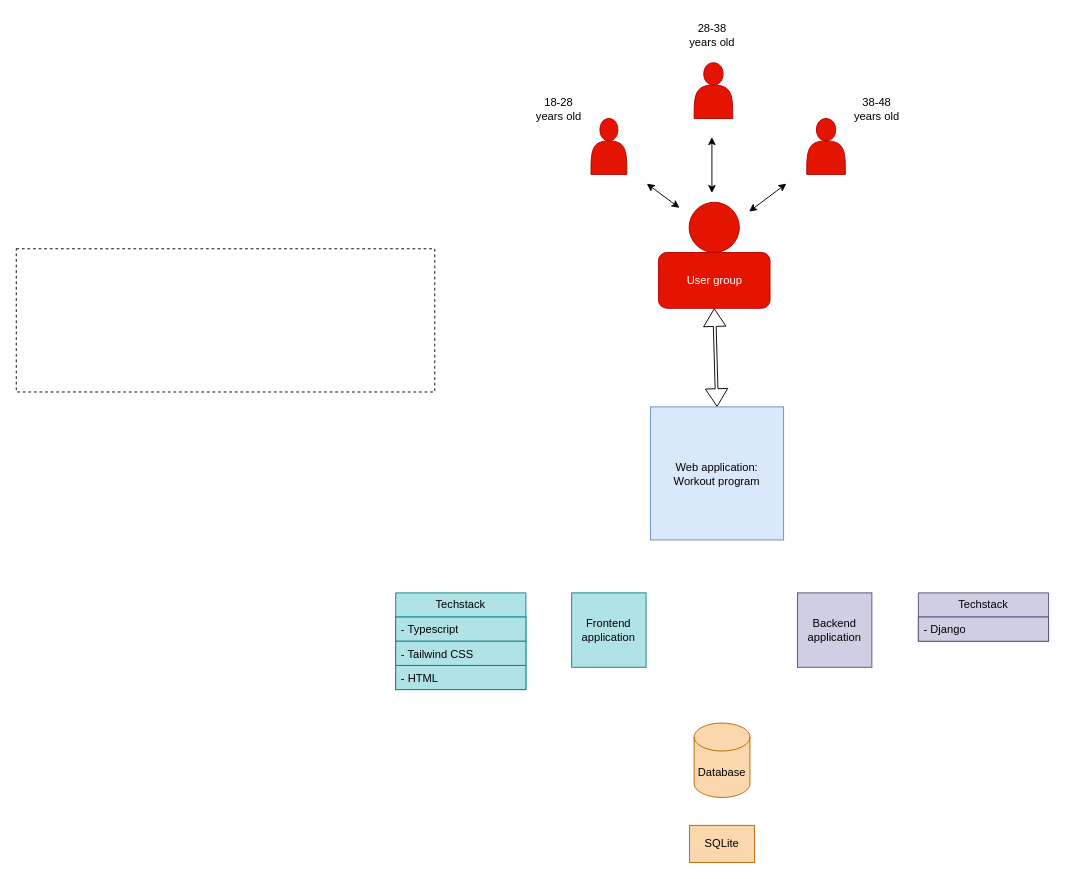
Earlier version of the draw.io diagram Workoutgenerator.drawio (Ersdalpy/Project---Web-app). Source tidied: cells renumbered, new cells numbered last; positions are measured from the earlier drawing's top-left corner, leaving out a move shared by most shapes. Both pictures are drawn from the tidied source at 93%, with x=0, y=0 at pixel (16, 16).
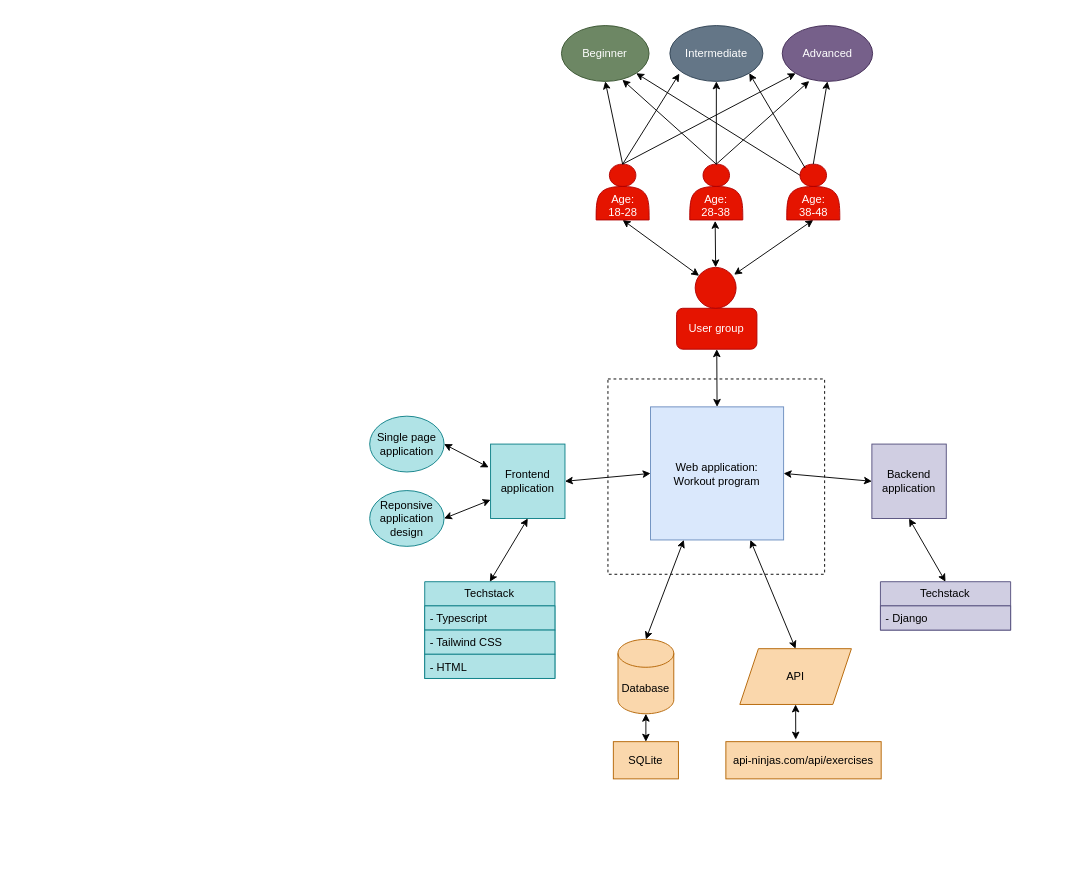
The same diagram, later.

The change refers to these unchanged cells:
```xml
<mxCell id="25" value="Web application:&lt;br&gt;Workout program" style="whiteSpace=wrap;html=1;fillColor=#dae8fc;strokeColor=#6c8ebf;" parent="1" vertex="1">
  <mxGeometry x="682" y="420" width="143.1" height="143.1" as="geometry" />
</mxCell>
```

What changed in the source:
```diff
@@
     <mxCell id="2" style="verticalLabelPosition=bottom;verticalAlign=top;html=1;shape=mxgraph.basic.rect;fillColor2=none;strokeWidth=1;size=20;indent=5;dashed=1;fillColor=none;" parent="1" vertex="1">
-      <mxGeometry y="250" width="450" height="154" as="geometry" />
+      <mxGeometry x="636.2" y="390" width="233" height="210" as="geometry" />
     </mxCell>
     <mxCell id="3" value="User group" style="rounded=1;whiteSpace=wrap;html=1;fillColor=#e51400;strokeColor=#B20000;fontColor=#ffffff;" parent="1" vertex="1">
-      <mxGeometry x="690.5" y="254" width="120" height="60" as="geometry" />
+      <mxGeometry x="710" y="314" width="86.4" height="44" as="geometry" />
     </mxCell>
     <mxCell id="4" style="ellipse;whiteSpace=wrap;html=1;fillColor=#e51400;strokeColor=#B20000;fontColor=#ffffff;" parent="1" vertex="1">
-      <mxGeometry x="723.5" y="200" width="54" height="54" as="geometry" />
+      <mxGeometry x="730" y="270" width="44" height="44" as="geometry" />
     </mxCell>
-    <mxCell id="5" style="shape=actor;whiteSpace=wrap;html=1;fillColor=#e51400;strokeColor=#B20000;fontColor=#ffffff;" parent="1" vertex="1">
-      <mxGeometry x="618" y="110" width="38.5" height="60" as="geometry" />
-    </mxCell>
-    <mxCell id="6" style="shape=actor;whiteSpace=wrap;html=1;fillColor=#e51400;strokeColor=#B20000;fontColor=#ffffff;" parent="1" vertex="1">
-      <mxGeometry x="728.9" y="50" width="41.5" height="60" as="geometry" />
-    </mxCell>
-    <mxCell id="7" style="shape=actor;whiteSpace=wrap;html=1;fillColor=#e51400;strokeColor=#B20000;fontColor=#ffffff;" parent="1" vertex="1">
-      <mxGeometry x="850" y="110" width="41.5" height="60" as="geometry" />
-    </mxCell>
-    <mxCell id="8" style="shape=flexArrow;endArrow=classic;startArrow=classic;html=1;rounded=0;entryX=0.5;entryY=1;entryDx=0;entryDy=0;exitX=0.5;exitY=0;exitDx=0;exitDy=0;width=3;fillColor=none;" parent="1" edge="1" source="25" target="3">
-      <mxGeometry relative="1" as="geometry" />
-    </mxCell>
-    <mxCell id="9" style="endArrow=classic;html=1;rounded=0;startArrow=classic;" parent="1" edge="1">
-      <mxGeometry relative="1" as="geometry">
-        <mxPoint x="788" y="210" as="sourcePoint" />
-        <mxPoint x="828" y="180" as="targetPoint" />
-      </mxGeometry>
+    <mxCell id="9" style="endArrow=classic;html=1;rounded=0;startArrow=classic;exitX=0.951;exitY=0.179;exitDx=0;exitDy=0;entryX=0.5;entryY=1;entryDx=0;entryDy=0;exitPerimeter=0;" parent="1" edge="1" source="4" target="35">
+      <mxGeometry relative="1" as="geometry" />
     </mxCell>
-    <mxCell id="10" style="endArrow=classic;html=1;rounded=0;startArrow=classic;" parent="1" edge="1">
+    <mxCell id="10" style="endArrow=classic;html=1;rounded=0;startArrow=classic;exitX=0.5;exitY=0;exitDx=0;exitDy=0;" parent="1" edge="1" source="4">
       <mxGeometry relative="1" as="geometry">
-        <mxPoint x="748" y="190" as="sourcePoint" />
-        <mxPoint x="748" y="130" as="targetPoint" />
+        <mxPoint x="751.5" y="220" as="targetPoint" />
       </mxGeometry>
     </mxCell>
-    <mxCell id="11" style="endArrow=classic;html=1;rounded=0;startArrow=classic;" parent="1" edge="1">
-      <mxGeometry relative="1" as="geometry">
-        <mxPoint x="713.1" y="206" as="sourcePoint" />
-        <mxPoint x="678" y="180" as="targetPoint" />
-      </mxGeometry>
+    <mxCell id="11" style="endArrow=classic;html=1;rounded=0;startArrow=classic;entryX=0.5;entryY=1;entryDx=0;entryDy=0;" parent="1" edge="1" source="4" target="34">
+      <mxGeometry relative="1" as="geometry" />
     </mxCell>
-    <mxCell id="12" value="18-28&lt;div&gt;years old&lt;/div&gt;" style="text;html=1;align=center;verticalAlign=middle;strokeColor=none;fillColor=none;" parent="1" vertex="1">
-      <mxGeometry x="548" y="80" width="70" height="40" as="geometry" />
-    </mxCell>
-    <mxCell id="13" value="28-38&lt;div&gt;years old&lt;/div&gt;" style="text;html=1;align=center;verticalAlign=middle;strokeColor=none;fillColor=none;" parent="1" vertex="1">
-      <mxGeometry x="713.1" width="70" height="40" as="geometry" />
-    </mxCell>
-    <mxCell id="14" value="38-48&lt;div&gt;years old&lt;/div&gt;" style="text;html=1;align=center;verticalAlign=middle;strokeColor=none;fillColor=none;" parent="1" vertex="1">
-      <mxGeometry x="889.5" y="80" width="70" height="40" as="geometry" />
-    </mxCell>
     <mxCell id="15" value="Frontend application" style="whiteSpace=wrap;html=1;fillColor=#b0e3e6;strokeColor=#0e8088;" parent="1" vertex="1">
-      <mxGeometry x="597.2" y="620" width="80" height="80" as="geometry" />
+      <mxGeometry x="510" y="460" width="80" height="80" as="geometry" />
     </mxCell>
     <mxCell id="16" value="Backend application" style="whiteSpace=wrap;html=1;fillColor=#d0cee2;strokeColor=#56517e;" parent="1" vertex="1">
-      <mxGeometry x="840" y="620" width="80" height="80" as="geometry" />
+      <mxGeometry x="920" y="460" width="80" height="80" as="geometry" />
     </mxCell>
     <mxCell id="17" value="Database" style="shape=cylinder3;whiteSpace=wrap;html=1;boundedLbl=1;backgroundOutline=1;size=15;fillColor=#fad7ac;strokeColor=#b46504;" parent="1" vertex="1">
-      <mxGeometry x="728.9" y="760" width="60" height="80" as="geometry" />
+      <mxGeometry x="647" y="670" width="60" height="80" as="geometry" />
     </mxCell>
     <mxCell id="18" value="Techstack" style="swimlane;fontStyle=0;horizontal=1;startSize=26;fillColor=#b0e3e6;whiteSpace=wrap;html=1;strokeColor=#0e8088;" parent="1" vertex="1">
-      <mxGeometry x="408" y="620" width="140" height="104" as="geometry" />
+      <mxGeometry x="439.2" y="608" width="140" height="104" as="geometry" />
     </mxCell>
@@
     <mxCell id="22" value="Techstack" style="swimlane;fontStyle=0;horizontal=1;startSize=26;fillColor=#d0cee2;whiteSpace=wrap;html=1;strokeColor=#56517e;" parent="1" vertex="1">
-      <mxGeometry x="970" y="620" width="140" height="52" as="geometry" />
+      <mxGeometry x="929.2" y="608" width="140" height="52" as="geometry" />
     </mxCell>
@@
     <mxCell id="24" value="SQLite" style="rounded=0;whiteSpace=wrap;html=1;fillColor=#fad7ac;strokeColor=#b46504;" parent="1" vertex="1">
-      <mxGeometry x="723.9" y="870" width="70" height="40" as="geometry" />
+      <mxGeometry x="642" y="780" width="70" height="40" as="geometry" />
     </mxCell>
@@
+    <mxCell id="26" value="API" style="shape=parallelogram;perimeter=parallelogramPerimeter;whiteSpace=wrap;html=1;fixedSize=1;fillColor=#fad7ac;strokeColor=#b46504;" parent="1" vertex="1">
+      <mxGeometry x="778" y="680" width="120" height="60" as="geometry" />
+    </mxCell>
+    <mxCell id="8" style="endArrow=classic;html=1;rounded=0;startArrow=classic;exitX=0.5;exitY=0;exitDx=0;exitDy=0;entryX=0.5;entryY=1;entryDx=0;entryDy=0;" parent="1" edge="1" source="25" target="3">
+      <mxGeometry relative="1" as="geometry" />
+    </mxCell>
+    <mxCell id="27" style="endArrow=classic;html=1;rounded=0;startArrow=classic;entryX=1;entryY=0.5;entryDx=0;entryDy=0;exitX=0;exitY=0.5;exitDx=0;exitDy=0;" parent="1" edge="1" source="16" target="25">
+      <mxGeometry relative="1" as="geometry" />
+    </mxCell>
+    <mxCell id="28" style="endArrow=classic;html=1;rounded=0;startArrow=classic;entryX=0;entryY=0.5;entryDx=0;entryDy=0;exitX=1;exitY=0.5;exitDx=0;exitDy=0;" parent="1" edge="1" source="15" target="25">
+      <mxGeometry relative="1" as="geometry" />
+    </mxCell>
+    <mxCell id="29" value="&lt;div&gt;&lt;br&gt;&lt;/div&gt;&lt;div&gt;&lt;br&gt;&lt;/div&gt;Age:&lt;div&gt;28-38&lt;/div&gt;" style="shape=actor;whiteSpace=wrap;html=1;fillColor=#e51400;strokeColor=#B20000;fontColor=#ffffff;" parent="1" vertex="1">
+      <mxGeometry x="724.2" y="159" width="57" height="60" as="geometry" />
+    </mxCell>
+    <mxCell id="30" value="Beginner" style="shape=ellipse;whiteSpace=wrap;html=1;fillColor=#6d8764;strokeColor=#3A5431;fontColor=#ffffff;perimeter=ellipsePerimeter;" parent="1" vertex="1">
+      <mxGeometry x="586.2" y="10" width="94.2" height="60" as="geometry" />
+    </mxCell>
+    <mxCell id="31" value="Intermediate" style="shape=ellipse;whiteSpace=wrap;html=1;fillColor=#647687;strokeColor=#314354;fontColor=#ffffff;perimeter=ellipsePerimeter;" parent="1" vertex="1">
+      <mxGeometry x="702.8" y="10" width="100" height="60" as="geometry" />
+    </mxCell>
+    <mxCell id="32" style="edgeStyle=orthogonalEdgeStyle;rounded=0;orthogonalLoop=1;jettySize=auto;html=1;exitX=0.5;exitY=1;exitDx=0;exitDy=0;entryX=0.5;entryY=1;entryDx=0;entryDy=0;" parent="1" edge="1" source="33" target="33">
+      <mxGeometry relative="1" as="geometry" />
+    </mxCell>
+    <mxCell id="33" value="Advanced" style="shape=ellipse;whiteSpace=wrap;html=1;fillColor=#76608a;strokeColor=#432D57;perimeter=ellipsePerimeter;fontColor=#ffffff;" parent="1" vertex="1">
+      <mxGeometry x="823.6" y="10" width="97.2" height="60" as="geometry" />
+    </mxCell>
+    <mxCell id="34" value="&lt;div&gt;&lt;br&gt;&lt;/div&gt;&lt;div&gt;&lt;br&gt;&lt;/div&gt;&lt;div&gt;Age:&lt;/div&gt;18-28" style="shape=actor;whiteSpace=wrap;html=1;fillColor=#e51400;strokeColor=#B20000;fontColor=#ffffff;" parent="1" vertex="1">
+      <mxGeometry x="623.5" y="159" width="57" height="60" as="geometry" />
+    </mxCell>
+    <mxCell id="35" value="&lt;div&gt;&lt;br&gt;&lt;/div&gt;&lt;div&gt;&lt;br&gt;&lt;/div&gt;Age:&lt;div&gt;38-48&lt;/div&gt;" style="shape=actor;whiteSpace=wrap;html=1;fillColor=#e51400;strokeColor=#B20000;fontColor=#ffffff;" parent="1" vertex="1">
+      <mxGeometry x="828.5" y="159" width="57" height="60" as="geometry" />
+    </mxCell>
+    <mxCell id="36" style="endArrow=classic;html=1;rounded=0;startArrow=none;exitX=0.5;exitY=0;exitDx=0;exitDy=0;entryX=0.5;entryY=1;entryDx=0;entryDy=0;startFill=0;" parent="1" edge="1" source="35" target="33">
+      <mxGeometry relative="1" as="geometry" />
+    </mxCell>
+    <mxCell id="37" style="endArrow=classic;html=1;rounded=0;startArrow=none;exitX=0.25;exitY=0.2;exitDx=0;exitDy=0;entryX=1;entryY=1;entryDx=0;entryDy=0;exitPerimeter=0;startFill=0;" parent="1" edge="1" source="35" target="30">
+      <mxGeometry relative="1" as="geometry" />
+    </mxCell>
+    <mxCell id="38" style="endArrow=classic;html=1;rounded=0;startArrow=none;exitX=0.345;exitY=0.067;exitDx=0;exitDy=0;entryX=1;entryY=1;entryDx=0;entryDy=0;exitPerimeter=0;startFill=0;" parent="1" edge="1" source="35" target="31">
+      <mxGeometry relative="1" as="geometry" />
+    </mxCell>
+    <mxCell id="39" style="endArrow=classic;html=1;rounded=0;startArrow=none;exitX=0.5;exitY=0;exitDx=0;exitDy=0;entryX=0.5;entryY=1;entryDx=0;entryDy=0;startFill=0;" parent="1" edge="1" source="34" target="30">
+      <mxGeometry relative="1" as="geometry" />
+    </mxCell>
+    <mxCell id="40" style="endArrow=classic;html=1;rounded=0;startArrow=none;exitX=0.5;exitY=0;exitDx=0;exitDy=0;entryX=0.102;entryY=0.861;entryDx=0;entryDy=0;entryPerimeter=0;startFill=0;" parent="1" edge="1" source="34" target="31">
+      <mxGeometry relative="1" as="geometry" />
+    </mxCell>
+    <mxCell id="41" style="endArrow=classic;html=1;rounded=0;startArrow=none;exitX=0.5;exitY=0;exitDx=0;exitDy=0;entryX=0;entryY=1;entryDx=0;entryDy=0;startFill=0;" parent="1" edge="1" source="34" target="33">
+      <mxGeometry relative="1" as="geometry" />
+    </mxCell>
+    <mxCell id="42" style="endArrow=classic;html=1;rounded=0;startArrow=none;exitX=0.5;exitY=0;exitDx=0;exitDy=0;entryX=0.5;entryY=1;entryDx=0;entryDy=0;startFill=0;" parent="1" edge="1" source="29" target="31">
+      <mxGeometry relative="1" as="geometry" />
+    </mxCell>
+    <mxCell id="43" style="endArrow=classic;html=1;rounded=0;startArrow=none;exitX=0.5;exitY=0;exitDx=0;exitDy=0;entryX=0.299;entryY=0.994;entryDx=0;entryDy=0;startFill=0;entryPerimeter=0;" parent="1" edge="1" source="29" target="33">
+      <mxGeometry relative="1" as="geometry" />
+    </mxCell>
+    <mxCell id="44" style="endArrow=classic;html=1;rounded=0;startArrow=none;exitX=0.5;exitY=0;exitDx=0;exitDy=0;entryX=0.696;entryY=0.972;entryDx=0;entryDy=0;startFill=0;entryPerimeter=0;" parent="1" edge="1" source="29" target="30">
+      <mxGeometry relative="1" as="geometry" />
+    </mxCell>
+    <mxCell id="45" style="endArrow=classic;html=1;rounded=0;startArrow=classic;entryX=0.5;entryY=1;entryDx=0;entryDy=0;exitX=0.5;exitY=0;exitDx=0;exitDy=0;" parent="1" edge="1" source="18" target="15">
+      <mxGeometry relative="1" as="geometry" />
+    </mxCell>
+    <mxCell id="46" style="endArrow=classic;html=1;rounded=0;startArrow=classic;entryX=0.5;entryY=0;entryDx=0;entryDy=0;exitX=0.5;exitY=1;exitDx=0;exitDy=0;" parent="1" edge="1" source="16" target="22">
+      <mxGeometry relative="1" as="geometry" />
+    </mxCell>
+    <mxCell id="47" style="endArrow=classic;html=1;rounded=0;startArrow=classic;entryX=0.25;entryY=1;entryDx=0;entryDy=0;exitX=0.5;exitY=0;exitDx=0;exitDy=0;exitPerimeter=0;" parent="1" edge="1" source="17" target="25">
+      <mxGeometry relative="1" as="geometry" />
+    </mxCell>
+    <mxCell id="48" style="endArrow=classic;html=1;rounded=0;startArrow=classic;exitX=0.5;exitY=0;exitDx=0;exitDy=0;entryX=0.75;entryY=1;entryDx=0;entryDy=0;" parent="1" edge="1" source="26" target="25">
+      <mxGeometry relative="1" as="geometry" />
+    </mxCell>
+    <mxCell id="49" style="endArrow=classic;html=1;rounded=0;startArrow=classic;entryX=0.5;entryY=1;entryDx=0;entryDy=0;exitX=0.5;exitY=0;exitDx=0;exitDy=0;entryPerimeter=0;" parent="1" edge="1" source="24" target="17">
+      <mxGeometry relative="1" as="geometry" />
+    </mxCell>
+    <mxCell id="50" value="api-ninjas.com/api/exercises" style="rounded=0;whiteSpace=wrap;html=1;fillColor=#fad7ac;strokeColor=#b46504;" parent="1" vertex="1">
+      <mxGeometry x="763" y="780" width="167" height="40" as="geometry" />
+    </mxCell>
+    <mxCell id="51" style="endArrow=classic;html=1;rounded=0;startArrow=classic;entryX=0.5;entryY=1;entryDx=0;entryDy=0;exitX=0.45;exitY=-0.058;exitDx=0;exitDy=0;exitPerimeter=0;" parent="1" edge="1" source="50" target="26">
+      <mxGeometry relative="1" as="geometry" />
+    </mxCell>
+    <mxCell id="52" value="Single page application" style="ellipse;whiteSpace=wrap;html=1;fillColor=#b0e3e6;strokeColor=#0e8088;" parent="1" vertex="1">
+      <mxGeometry x="380" y="430" width="80" height="60" as="geometry" />
+    </mxCell>
+    <mxCell id="53" value="Reponsive application design" style="ellipse;whiteSpace=wrap;html=1;fillColor=#b0e3e6;strokeColor=#0e8088;" parent="1" vertex="1">
+      <mxGeometry x="380" y="510" width="80" height="60" as="geometry" />
+    </mxCell>
+    <mxCell id="54" style="endArrow=classic;html=1;rounded=0;startArrow=classic;entryX=-0.025;entryY=0.313;entryDx=0;entryDy=0;exitX=1;exitY=0.5;exitDx=0;exitDy=0;entryPerimeter=0;" parent="1" edge="1" source="52" target="15">
+      <mxGeometry relative="1" as="geometry" />
+    </mxCell>
+    <mxCell id="55" style="endArrow=classic;html=1;rounded=0;startArrow=classic;entryX=0;entryY=0.75;entryDx=0;entryDy=0;exitX=1;exitY=0.5;exitDx=0;exitDy=0;" parent="1" edge="1" source="53" target="15">
+      <mxGeometry relative="1" as="geometry" />
+    </mxCell>
```
